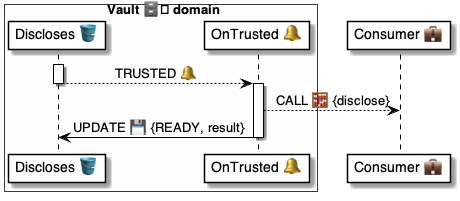
Above: 4 ⚙️ Solution/41 🎭 Domain Roles/Vaults 🗄️/🗄️🪣 Vault tables/Discloses 💼 table/🪣🔔 2 Trusted/🗄️ OnTrusted ⚙️ uml.png in pollyweb-org/pollyweb-docs (PlantUML), before the change. Its source is kept beside it as 4 ⚙️ Solution/41 🎭 Domain Roles/Vaults 🗄️/🗄️🪣 Vault tables/Discloses 💼 table/🪣🔔 2 Trusted/🗄️ OnTrusted ⚙️ uml.puml. Source of this version:
```plantuml
@startuml OnDiscloseTrusted


box Vault 🗄️ domain #FFFFFA
    participant "Discloses 🪣" as discloses
    participant "OnTrusted 🔔" as handler
end box
participant "Consumer 💼" as consumer



activate discloses
    discloses --> handler: TRUSTED 🔔
deactivate discloses

activate handler
    handler --> consumer: CALL 🧮 {disclose}
    handler -> discloses: UPDATE 💾 {READY, result}
deactivate handler

@enduml
```
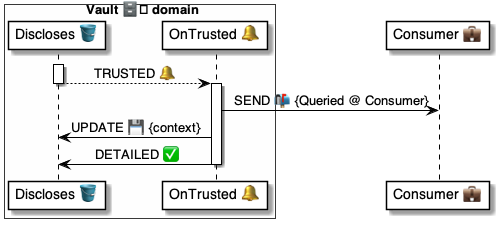
After the change.

Change to the diagram source:
```diff
@@ -14,8 +14,9 @@
 deactivate discloses
 
 activate handler
-    handler --> consumer: CALL 🧮 {disclose}
-    handler -> discloses: UPDATE 💾 {READY, result}
+    handler -> consumer: SEND 📬 {Queried @ Consumer}
+    handler -> discloses: UPDATE 💾 {context}
+    handler -> discloses: DETAILED ✅
 deactivate handler
 
 @enduml
```
